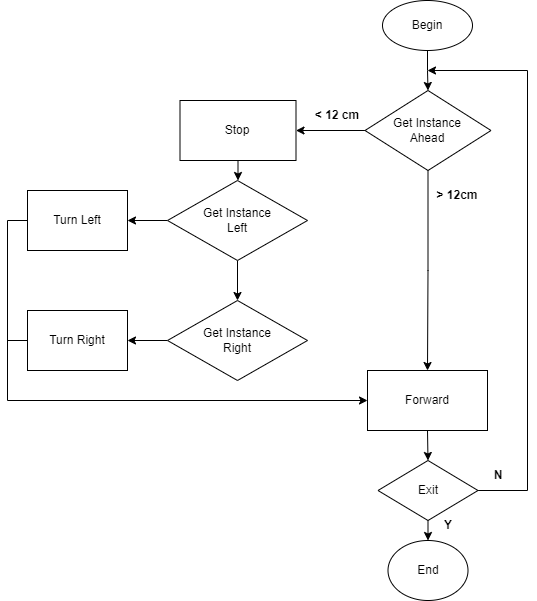
Earlier version of the draw.io export Algorthrim Obstacles Diagram.drawio.png (lil-dua/arduino_bluetooth_car). Source tidied: cells renumbered, new cells last; positions are measured from the earlier drawing's top-left corner, leaving out a move shared by most shapes. The source it was exported from:
```xml
<mxGraphModel>
  <root>
    <mxCell id="0" />
    <mxCell id="1" parent="0" />
    <mxCell id="2" style="edgeStyle=orthogonalEdgeStyle;rounded=0;jettySize=auto;html=1;exitX=0.5;exitY=1;exitDx=0;exitDy=0;entryX=0.5;entryY=0;entryDx=0;entryDy=0;" parent="1" edge="1" source="3" target="7">
      <mxGeometry relative="1" as="geometry" />
    </mxCell>
    <mxCell id="3" value="Begin" style="ellipse;whiteSpace=wrap;html=1;" parent="1" vertex="1">
      <mxGeometry x="375" width="90" height="50" as="geometry" />
    </mxCell>
    <mxCell id="4" value="End" style="ellipse;whiteSpace=wrap;html=1;" parent="1" vertex="1">
      <mxGeometry x="380.5" y="540" width="80" height="60" as="geometry" />
    </mxCell>
    <mxCell id="5" style="edgeStyle=orthogonalEdgeStyle;rounded=0;jettySize=auto;html=1;exitX=0;exitY=0.5;exitDx=0;exitDy=0;entryX=1;entryY=0.5;entryDx=0;entryDy=0;" parent="1" edge="1" source="7" target="9">
      <mxGeometry relative="1" as="geometry" />
    </mxCell>
    <mxCell id="6" style="edgeStyle=orthogonalEdgeStyle;rounded=0;jettySize=auto;html=1;exitX=0.5;exitY=1;exitDx=0;exitDy=0;entryX=0.5;entryY=0;entryDx=0;entryDy=0;" parent="1" edge="1" source="7" target="11">
      <mxGeometry relative="1" as="geometry" />
    </mxCell>
    <mxCell id="7" value="Get Instance&lt;br&gt;Ahead" style="rhombus;whiteSpace=wrap;html=1;" parent="1" vertex="1">
      <mxGeometry x="357.5" y="90" width="126" height="80" as="geometry" />
    </mxCell>
    <mxCell id="8" style="edgeStyle=orthogonalEdgeStyle;rounded=0;jettySize=auto;html=1;entryX=0.5;entryY=0;entryDx=0;entryDy=0;" parent="1" edge="1" source="9" target="16">
      <mxGeometry relative="1" as="geometry" />
    </mxCell>
    <mxCell id="9" value="Stop" style="rounded=0;whiteSpace=wrap;html=1;" parent="1" vertex="1">
      <mxGeometry x="172.5" y="100" width="116" height="60" as="geometry" />
    </mxCell>
    <mxCell id="10" style="edgeStyle=orthogonalEdgeStyle;rounded=0;jettySize=auto;html=1;exitX=0.5;exitY=1;exitDx=0;exitDy=0;entryX=0.5;entryY=0;entryDx=0;entryDy=0;" parent="1" edge="1" source="11" target="25">
      <mxGeometry relative="1" as="geometry" />
    </mxCell>
    <mxCell id="11" value="Forward" style="rounded=0;whiteSpace=wrap;html=1;" parent="1" vertex="1">
      <mxGeometry x="360" y="370" width="120" height="60" as="geometry" />
    </mxCell>
    <mxCell id="12" value="&lt;b&gt;&amp;lt; 12 cm&lt;/b&gt;" style="text;html=1;strokeColor=none;fillColor=none;align=center;verticalAlign=middle;whiteSpace=wrap;rounded=0;" parent="1" vertex="1">
      <mxGeometry x="300" y="100" width="60" height="30" as="geometry" />
    </mxCell>
    <mxCell id="13" value="&lt;b&gt;&amp;gt; 12cm&lt;/b&gt;" style="text;html=1;strokeColor=none;fillColor=none;align=center;verticalAlign=middle;whiteSpace=wrap;rounded=0;" parent="1" vertex="1">
      <mxGeometry x="420" y="180" width="60" height="30" as="geometry" />
    </mxCell>
    <mxCell id="14" style="edgeStyle=orthogonalEdgeStyle;rounded=0;jettySize=auto;html=1;exitX=0.5;exitY=1;exitDx=0;exitDy=0;entryX=0.5;entryY=0;entryDx=0;entryDy=0;" parent="1" edge="1" source="16" target="18">
      <mxGeometry relative="1" as="geometry" />
    </mxCell>
    <mxCell id="15" style="edgeStyle=orthogonalEdgeStyle;rounded=0;jettySize=auto;html=1;exitX=0;exitY=0.5;exitDx=0;exitDy=0;entryX=1;entryY=0.5;entryDx=0;entryDy=0;" parent="1" edge="1" source="16" target="20">
      <mxGeometry relative="1" as="geometry" />
    </mxCell>
    <mxCell id="16" value="Get Instance&lt;br&gt;Left" style="rhombus;whiteSpace=wrap;html=1;" parent="1" vertex="1">
      <mxGeometry x="160" y="180" width="140" height="80" as="geometry" />
    </mxCell>
    <mxCell id="17" style="edgeStyle=orthogonalEdgeStyle;rounded=0;jettySize=auto;html=1;exitX=0;exitY=0.5;exitDx=0;exitDy=0;entryX=1;entryY=0.5;entryDx=0;entryDy=0;" parent="1" edge="1" source="18" target="21">
      <mxGeometry relative="1" as="geometry" />
    </mxCell>
    <mxCell id="18" value="Get Instance&lt;br&gt;Right" style="rhombus;whiteSpace=wrap;html=1;" parent="1" vertex="1">
      <mxGeometry x="160" y="300" width="140" height="80" as="geometry" />
    </mxCell>
    <mxCell id="19" style="edgeStyle=orthogonalEdgeStyle;rounded=0;jettySize=auto;html=1;exitX=0;exitY=0.5;exitDx=0;exitDy=0;entryX=0;entryY=0.5;entryDx=0;entryDy=0;" parent="1" edge="1" source="20" target="11">
      <mxGeometry relative="1" as="geometry" />
    </mxCell>
    <mxCell id="20" value="Turn Left" style="rounded=0;whiteSpace=wrap;html=1;" parent="1" vertex="1">
      <mxGeometry x="20" y="190" width="100" height="60" as="geometry" />
    </mxCell>
    <mxCell id="21" value="Turn Right" style="rounded=0;whiteSpace=wrap;html=1;" parent="1" vertex="1">
      <mxGeometry x="20" y="310" width="100" height="60" as="geometry" />
    </mxCell>
    <mxCell id="22" style="endArrow=none;html=1;rounded=0;exitX=0;exitY=0.5;exitDx=0;exitDy=0;" parent="1" edge="1" source="21">
      <mxGeometry relative="1" as="geometry">
        <mxPoint y="340" as="targetPoint" />
      </mxGeometry>
    </mxCell>
    <mxCell id="23" style="edgeStyle=orthogonalEdgeStyle;rounded=0;jettySize=auto;html=1;exitX=0.5;exitY=1;exitDx=0;exitDy=0;entryX=0.5;entryY=0;entryDx=0;entryDy=0;" parent="1" edge="1" source="25" target="4">
      <mxGeometry relative="1" as="geometry" />
    </mxCell>
    <mxCell id="24" style="edgeStyle=orthogonalEdgeStyle;rounded=0;jettySize=auto;html=1;exitX=1;exitY=0.5;exitDx=0;exitDy=0;" parent="1" edge="1" source="25">
      <mxGeometry relative="1" as="geometry">
        <mxPoint x="420" y="70" as="targetPoint" />
        <Array as="points">
          <mxPoint x="520" y="490" />
          <mxPoint x="520" y="70" />
        </Array>
      </mxGeometry>
    </mxCell>
    <mxCell id="25" value="Exit" style="rhombus;whiteSpace=wrap;html=1;" parent="1" vertex="1">
      <mxGeometry x="370.5" y="460" width="100" height="60" as="geometry" />
    </mxCell>
    <mxCell id="26" value="&lt;b&gt;Y&lt;/b&gt;" style="text;html=1;strokeColor=none;fillColor=none;align=center;verticalAlign=middle;whiteSpace=wrap;rounded=0;" parent="1" vertex="1">
      <mxGeometry x="410.5" y="510" width="60" height="30" as="geometry" />
    </mxCell>
    <mxCell id="27" value="&lt;b&gt;N&lt;/b&gt;" style="text;html=1;strokeColor=none;fillColor=none;align=center;verticalAlign=middle;whiteSpace=wrap;rounded=0;" parent="1" vertex="1">
      <mxGeometry x="460.5" y="460" width="60" height="30" as="geometry" />
    </mxCell>
  </root>
</mxGraphModel>
```
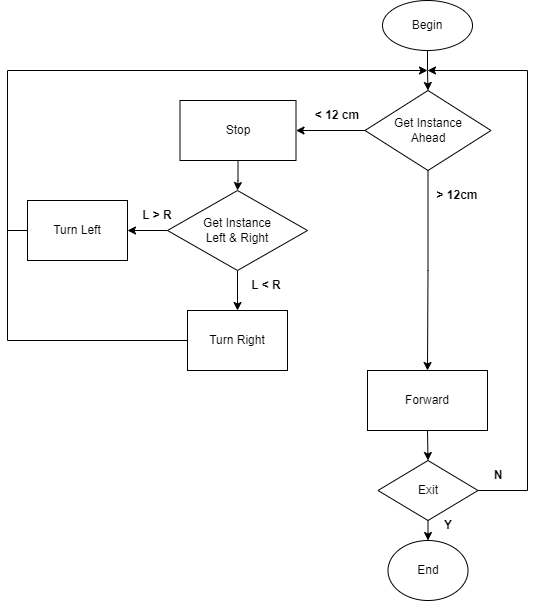
Above is the later version.

The edit, as a diff of the source:
```diff
@@ -38,35 +38,30 @@
     <mxCell id="13" value="&lt;b&gt;&amp;gt; 12cm&lt;/b&gt;" style="text;html=1;strokeColor=none;fillColor=none;align=center;verticalAlign=middle;whiteSpace=wrap;rounded=0;" parent="1" vertex="1">
       <mxGeometry x="420" y="180" width="60" height="30" as="geometry" />
     </mxCell>
-    <mxCell id="14" style="edgeStyle=orthogonalEdgeStyle;rounded=0;jettySize=auto;html=1;exitX=0.5;exitY=1;exitDx=0;exitDy=0;entryX=0.5;entryY=0;entryDx=0;entryDy=0;" parent="1" edge="1" source="16" target="18">
+    <mxCell id="14" style="edgeStyle=orthogonalEdgeStyle;rounded=0;jettySize=auto;html=1;exitX=0.5;exitY=1;exitDx=0;exitDy=0;entryX=0.5;entryY=0;entryDx=0;entryDy=0;" parent="1" edge="1" source="16" target="21">
       <mxGeometry relative="1" as="geometry" />
     </mxCell>
     <mxCell id="15" style="edgeStyle=orthogonalEdgeStyle;rounded=0;jettySize=auto;html=1;exitX=0;exitY=0.5;exitDx=0;exitDy=0;entryX=1;entryY=0.5;entryDx=0;entryDy=0;" parent="1" edge="1" source="16" target="20">
       <mxGeometry relative="1" as="geometry" />
     </mxCell>
-    <mxCell id="16" value="Get Instance&lt;br&gt;Left" style="rhombus;whiteSpace=wrap;html=1;" parent="1" vertex="1">
-      <mxGeometry x="160" y="180" width="140" height="80" as="geometry" />
+    <mxCell id="16" value="Get Instance&lt;br&gt;Left &amp;amp; Right" style="rhombus;whiteSpace=wrap;html=1;" parent="1" vertex="1">
+      <mxGeometry x="160" y="190" width="140" height="80" as="geometry" />
     </mxCell>
-    <mxCell id="17" style="edgeStyle=orthogonalEdgeStyle;rounded=0;jettySize=auto;html=1;exitX=0;exitY=0.5;exitDx=0;exitDy=0;entryX=1;entryY=0.5;entryDx=0;entryDy=0;" parent="1" edge="1" source="18" target="21">
-      <mxGeometry relative="1" as="geometry" />
-    </mxCell>
-    <mxCell id="18" value="Get Instance&lt;br&gt;Right" style="rhombus;whiteSpace=wrap;html=1;" parent="1" vertex="1">
-      <mxGeometry x="160" y="300" width="140" height="80" as="geometry" />
-    </mxCell>
-    <mxCell id="19" style="edgeStyle=orthogonalEdgeStyle;rounded=0;jettySize=auto;html=1;exitX=0;exitY=0.5;exitDx=0;exitDy=0;entryX=0;entryY=0.5;entryDx=0;entryDy=0;" parent="1" edge="1" source="20" target="11">
-      <mxGeometry relative="1" as="geometry" />
-    </mxCell>
     <mxCell id="20" value="Turn Left" style="rounded=0;whiteSpace=wrap;html=1;" parent="1" vertex="1">
-      <mxGeometry x="20" y="190" width="100" height="60" as="geometry" />
+      <mxGeometry x="20" y="200" width="100" height="60" as="geometry" />
     </mxCell>
+    <mxCell id="28" style="edgeStyle=orthogonalEdgeStyle;rounded=0;jettySize=auto;html=1;" parent="1" edge="1" source="21">
+      <mxGeometry relative="1" as="geometry">
+        <mxPoint x="420" y="70" as="targetPoint" />
+        <Array as="points">
+          <mxPoint y="340" />
+          <mxPoint y="70" />
+        </Array>
+      </mxGeometry>
+    </mxCell>
     <mxCell id="21" value="Turn Right" style="rounded=0;whiteSpace=wrap;html=1;" parent="1" vertex="1">
-      <mxGeometry x="20" y="310" width="100" height="60" as="geometry" />
+      <mxGeometry x="180" y="310" width="100" height="60" as="geometry" />
     </mxCell>
-    <mxCell id="22" style="endArrow=none;html=1;rounded=0;exitX=0;exitY=0.5;exitDx=0;exitDy=0;" parent="1" edge="1" source="21">
-      <mxGeometry relative="1" as="geometry">
-        <mxPoint y="340" as="targetPoint" />
-      </mxGeometry>
-    </mxCell>
     <mxCell id="23" style="edgeStyle=orthogonalEdgeStyle;rounded=0;jettySize=auto;html=1;exitX=0.5;exitY=1;exitDx=0;exitDy=0;entryX=0.5;entryY=0;entryDx=0;entryDy=0;" parent="1" edge="1" source="25" target="4">
       <mxGeometry relative="1" as="geometry" />
     </mxCell>
@@ -88,5 +83,16 @@
     <mxCell id="27" value="&lt;b&gt;N&lt;/b&gt;" style="text;html=1;strokeColor=none;fillColor=none;align=center;verticalAlign=middle;whiteSpace=wrap;rounded=0;" parent="1" vertex="1">
       <mxGeometry x="460.5" y="460" width="60" height="30" as="geometry" />
     </mxCell>
+    <mxCell id="29" value="&lt;b&gt;L &amp;lt; R&lt;/b&gt;" style="text;html=1;strokeColor=none;fillColor=none;align=center;verticalAlign=middle;whiteSpace=wrap;rounded=0;" parent="1" vertex="1">
+      <mxGeometry x="228.5" y="270" width="60" height="30" as="geometry" />
+    </mxCell>
+    <mxCell id="30" value="&lt;b&gt;L &amp;gt; R&lt;/b&gt;" style="text;html=1;strokeColor=none;fillColor=none;align=center;verticalAlign=middle;whiteSpace=wrap;rounded=0;" parent="1" vertex="1">
+      <mxGeometry x="120" y="200" width="60" height="30" as="geometry" />
+    </mxCell>
+    <mxCell id="31" style="endArrow=none;html=1;rounded=0;exitX=0;exitY=0.5;exitDx=0;exitDy=0;" parent="1" edge="1" source="20">
+      <mxGeometry relative="1" as="geometry">
+        <mxPoint y="230" as="targetPoint" />
+      </mxGeometry>
+    </mxCell>
   </root>
 </mxGraphModel>
```
